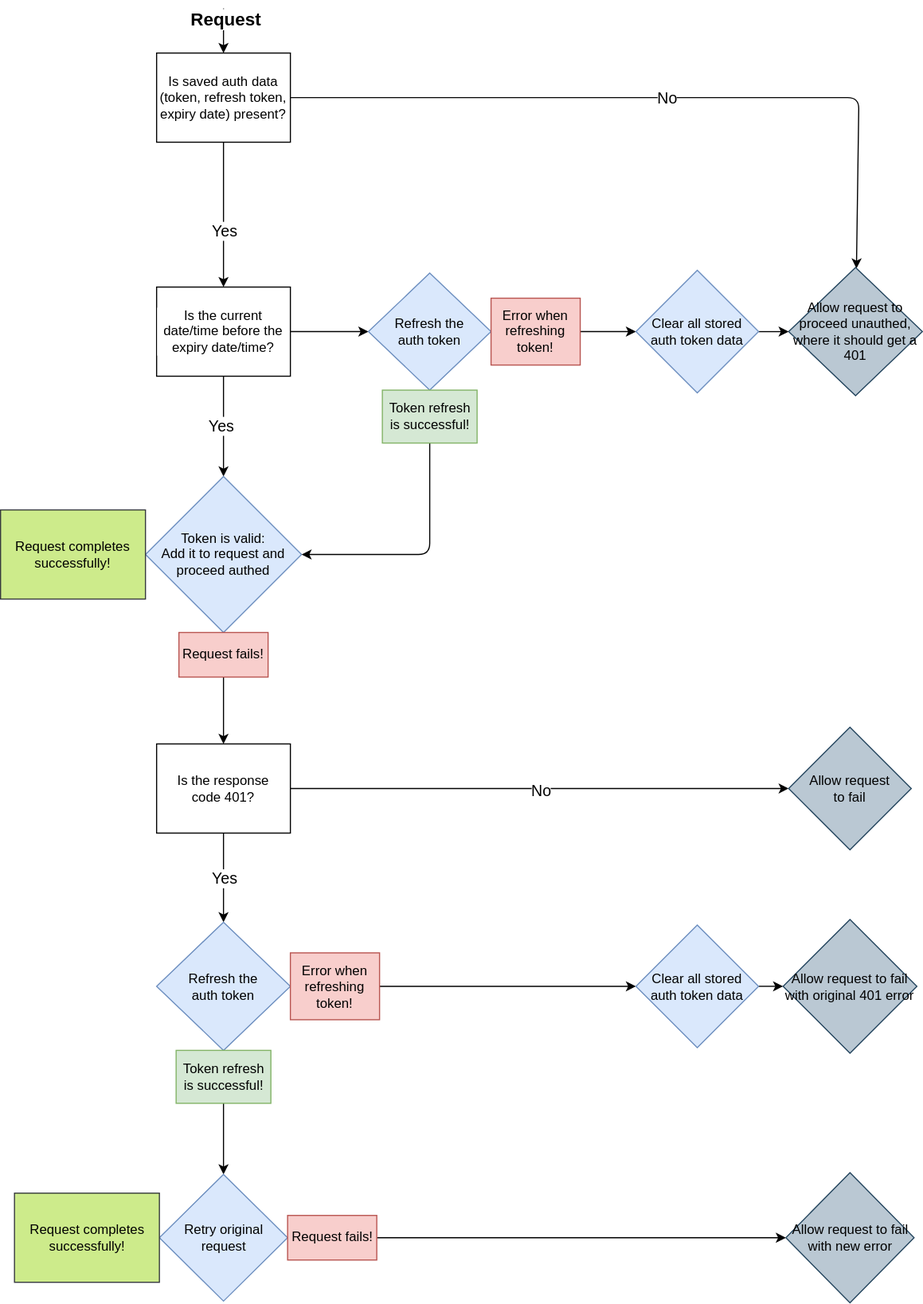
Before: documentation/request_flow.drawio.svg, a diagram exported from draw.io (pcsoftgroup/oauth_interceptor). Source tidied: cells renumbered, new cells last; positions are measured from the earlier drawing's top-left corner, leaving out a move shared by most shapes.
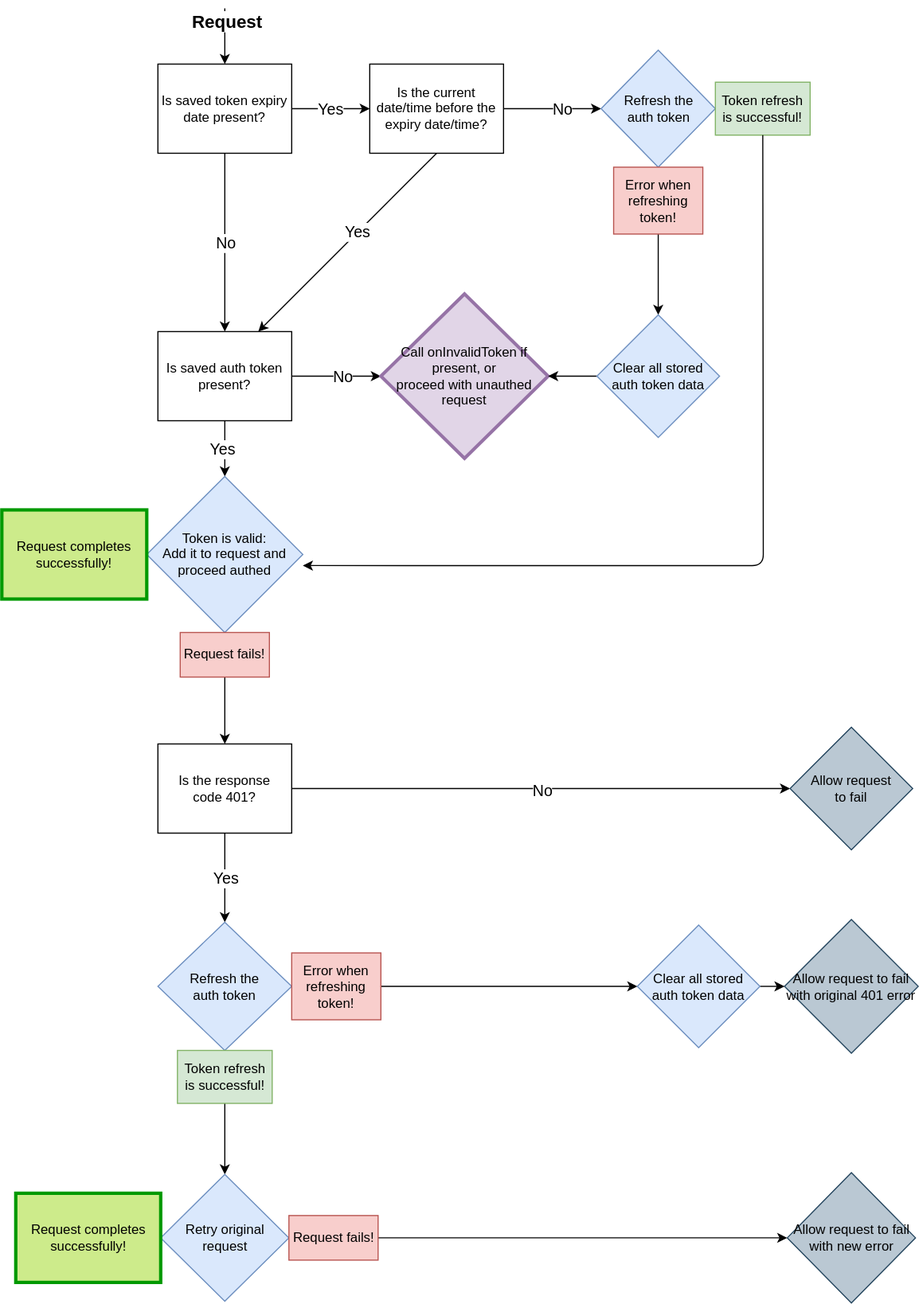
The same diagram one commit later.

Commit message:
Add callback for invalid token state and update diagram

The edit, as a diff of the source:
```diff
@@ -2,20 +2,16 @@
   <root>
     <mxCell id="0" />
     <mxCell id="1" parent="0" />
-    <mxCell id="2" style="edgeStyle=none;html=1;" parent="1" edge="1" source="4" target="16">
-      <mxGeometry relative="1" as="geometry">
-        <Array as="points">
-          <mxPoint x="770" y="80" />
-        </Array>
-      </mxGeometry>
+    <mxCell id="2" style="edgeStyle=none;html=1;entryX=0;entryY=0.5;entryDx=0;entryDy=0;" parent="1" edge="1" source="4" target="16">
+      <mxGeometry relative="1" as="geometry" />
     </mxCell>
-    <mxCell id="3" value="&lt;font style=&quot;font-size: 14px;&quot;&gt;No&lt;/font&gt;" style="edgeLabel;html=1;align=center;verticalAlign=middle;" parent="2" vertex="1">
-      <mxGeometry x="0.02" relative="1" as="geometry" />
-    </mxCell>
+    <mxCell id="52" value="&lt;font style=&quot;font-size: 14px;&quot;&gt;No&lt;/font&gt;" style="edgeLabel;html=1;align=center;verticalAlign=middle;" parent="2" vertex="1">
+      <mxGeometry x="0.12" relative="1" as="geometry" />
+    </mxCell>
-    <mxCell id="4" value="Is saved auth data (token, refresh token, expiry date) present?" style="text;html=1;align=center;verticalAlign=middle;whiteSpace=wrap;rounded=0;strokeColor=default;fillColor=default;" parent="1" vertex="1">
-      <mxGeometry x="140" y="40" width="120" height="80" as="geometry" />
+    <mxCell id="4" value="Is saved auth token present?" style="text;html=1;align=center;verticalAlign=middle;whiteSpace=wrap;rounded=0;strokeColor=default;fillColor=default;" parent="1" vertex="1">
+      <mxGeometry x="140" y="290" width="120" height="80" as="geometry" />
     </mxCell>
-    <mxCell id="5" style="endArrow=classic;html=1;" parent="1" edge="1" target="4">
+    <mxCell id="5" style="endArrow=classic;html=1;entryX=0.5;entryY=0;entryDx=0;entryDy=0;" parent="1" edge="1" target="60">
       <mxGeometry relative="1" as="geometry">
         <mxPoint x="200" as="sourcePoint" />
       </mxGeometry>
@@ -23,23 +19,26 @@
     <mxCell id="6" value="Request" style="edgeLabel;html=1;align=center;verticalAlign=middle;fontStyle=1;fontSize=16;" parent="5" vertex="1">
       <mxGeometry x="-0.55" y="1" relative="1" as="geometry" />
     </mxCell>
-    <mxCell id="7" style="endArrow=classic;html=1;exitX=0.5;exitY=1;exitDx=0;exitDy=0;entryX=0.5;entryY=0;entryDx=0;entryDy=0;" parent="1" edge="1" source="4" target="12">
-      <mxGeometry relative="1" as="geometry" />
-    </mxCell>
-    <mxCell id="8" value="&lt;font style=&quot;font-size: 14px;&quot;&gt;Yes&lt;/font&gt;" style="edgeLabel;html=1;align=center;verticalAlign=middle;" parent="7" vertex="1">
-      <mxGeometry x="0.22" relative="1" as="geometry" />
-    </mxCell>
-    <mxCell id="9" style="edgeStyle=none;html=1;entryX=0.5;entryY=0;entryDx=0;entryDy=0;" parent="1" edge="1" source="12" target="15">
+    <mxCell id="9" style="edgeStyle=none;html=1;entryX=0.5;entryY=0;entryDx=0;entryDy=0;exitX=0.5;exitY=1;exitDx=0;exitDy=0;" parent="1" edge="1" source="4" target="15">
       <mxGeometry relative="1" as="geometry" />
     </mxCell>
     <mxCell id="10" value="&lt;font style=&quot;font-size: 14px;&quot;&gt;Yes&lt;/font&gt;" style="edgeLabel;html=1;align=center;verticalAlign=middle;" parent="9" vertex="1">
       <mxGeometry x="-0.02" y="-3" relative="1" as="geometry" />
     </mxCell>
+    <mxCell id="53" style="edgeStyle=none;html=1;entryX=0.75;entryY=0;entryDx=0;entryDy=0;exitX=0.5;exitY=1;exitDx=0;exitDy=0;" parent="1" edge="1" source="12" target="4">
+      <mxGeometry relative="1" as="geometry" />
+    </mxCell>
+    <mxCell id="54" value="&lt;font style=&quot;font-size: 14px;&quot;&gt;Yes&lt;/font&gt;" style="edgeLabel;html=1;align=center;verticalAlign=middle;" parent="53" vertex="1">
+      <mxGeometry x="-0.12" y="-1" relative="1" as="geometry" />
+    </mxCell>
-    <mxCell id="11" style="edgeStyle=none;html=1;" parent="1" edge="1" source="12" target="19">
+    <mxCell id="11" style="edgeStyle=none;html=1;exitX=1;exitY=0.5;exitDx=0;exitDy=0;entryX=0;entryY=0.5;entryDx=0;entryDy=0;" parent="1" edge="1" source="12" target="19">
       <mxGeometry relative="1" as="geometry" />
     </mxCell>
+    <mxCell id="55" value="&lt;font style=&quot;font-size: 14px;&quot;&gt;No&lt;/font&gt;" style="edgeLabel;html=1;align=center;verticalAlign=middle;" parent="11" vertex="1">
+      <mxGeometry x="0.18" relative="1" as="geometry" />
+    </mxCell>
     <mxCell id="12" value="Is the current date/time before the expiry date/time?" style="text;html=1;align=center;verticalAlign=middle;whiteSpace=wrap;rounded=0;fontFamily=Helvetica;fontSize=12;fontColor=default;labelBackgroundColor=default;strokeColor=default;fillColor=default;" parent="1" vertex="1">
-      <mxGeometry x="140" y="250" width="120" height="80" as="geometry" />
+      <mxGeometry x="330" y="50" width="120" height="80" as="geometry" />
     </mxCell>
     <mxCell id="13" style="edgeStyle=none;html=1;" parent="1" edge="1" source="15" target="26">
       <mxGeometry relative="1" as="geometry" />
@@ -50,41 +49,34 @@
     <mxCell id="15" value="Token is valid:&lt;br&gt;Add it to request and proceed authed" style="rhombus;whiteSpace=wrap;html=1;fillColor=#dae8fc;strokeColor=#6c8ebf;" parent="1" vertex="1">
       <mxGeometry x="130" y="420" width="140" height="140" as="geometry" />
     </mxCell>
-    <mxCell id="16" value="Allow request to proceed unauthed, where it should get a 401" style="rhombus;whiteSpace=wrap;html=1;rounded=0;fillColor=#bac8d3;strokeColor=#23445d;" parent="1" vertex="1">
-      <mxGeometry x="707" y="232.5" width="120" height="115" as="geometry" />
+    <mxCell id="16" value="Call onInvalidToken if present, or&lt;br&gt;proceed with unauthed request" style="rhombus;whiteSpace=wrap;html=1;rounded=0;fillColor=#e1d5e7;strokeColor=#9673a6;strokeWidth=3;" parent="1" vertex="1">
+      <mxGeometry x="340" y="256.2" width="150" height="147.5" as="geometry" />
     </mxCell>
-    <mxCell id="17" style="edgeStyle=none;html=1;" parent="1" edge="1" source="19" target="21">
+    <mxCell id="17" style="edgeStyle=none;html=1;exitX=0.5;exitY=1;exitDx=0;exitDy=0;" parent="1" edge="1" source="19" target="21">
       <mxGeometry relative="1" as="geometry" />
     </mxCell>
-    <mxCell id="18" style="edgeStyle=none;html=1;" parent="1" edge="1" source="19" target="25">
+    <mxCell id="18" style="edgeStyle=none;html=1;entryX=0;entryY=0.5;entryDx=0;entryDy=0;" parent="1" edge="1" source="19" target="25">
       <mxGeometry relative="1" as="geometry" />
     </mxCell>
     <mxCell id="19" value="Refresh the &lt;br&gt;auth token" style="rhombus;whiteSpace=wrap;html=1;rounded=0;labelBackgroundColor=none;fillColor=#dae8fc;strokeColor=#6c8ebf;" parent="1" vertex="1">
-      <mxGeometry x="330" y="237.5" width="110" height="105" as="geometry" />
+      <mxGeometry x="537.5" y="37.5" width="102.5" height="105" as="geometry" />
     </mxCell>
     <mxCell id="20" style="edgeStyle=none;html=1;" parent="1" edge="1" source="21" target="23">
       <mxGeometry relative="1" as="geometry" />
     </mxCell>
     <mxCell id="21" value="Error when &lt;br&gt;refreshing token!" style="whiteSpace=wrap;html=1;rounded=0;labelBackgroundColor=none;fillColor=#f8cecc;strokeColor=#b85450;" parent="1" vertex="1">
-      <mxGeometry x="440" y="260" width="80" height="60" as="geometry" />
+      <mxGeometry x="548.8" y="142.5" width="80" height="60" as="geometry" />
     </mxCell>
-    <mxCell id="22" style="edgeStyle=none;html=1;" parent="1" edge="1" source="23" target="16">
+    <mxCell id="22" style="edgeStyle=none;html=1;entryX=1;entryY=0.5;entryDx=0;entryDy=0;" parent="1" edge="1" source="23" target="16">
       <mxGeometry relative="1" as="geometry" />
     </mxCell>
     <mxCell id="23" value="Clear all stored &lt;br&gt;auth token data" style="rhombus;whiteSpace=wrap;html=1;rounded=0;labelBackgroundColor=none;fillColor=#dae8fc;strokeColor=#6c8ebf;" parent="1" vertex="1">
-      <mxGeometry x="570" y="235" width="110" height="110" as="geometry" />
+      <mxGeometry x="533.8" y="275" width="110" height="110" as="geometry" />
     </mxCell>
-    <mxCell id="24" style="edgeStyle=none;html=1;entryX=1;entryY=0.5;entryDx=0;entryDy=0;" parent="1" edge="1" source="25" target="15">
-      <mxGeometry relative="1" as="geometry">
-        <Array as="points">
-          <mxPoint x="385" y="490" />
-        </Array>
-      </mxGeometry>
-    </mxCell>
     <mxCell id="25" value="Token refresh is successful!" style="whiteSpace=wrap;html=1;rounded=0;labelBackgroundColor=none;fillColor=#d5e8d4;strokeColor=#82b366;" parent="1" vertex="1">
-      <mxGeometry x="342.5" y="342.5" width="85" height="47.5" as="geometry" />
+      <mxGeometry x="640" y="66.2" width="85" height="47.5" as="geometry" />
     </mxCell>
-    <mxCell id="26" value="Request completes successfully!" style="whiteSpace=wrap;html=1;fillColor=#cdeb8b;strokeColor=#36393d;" parent="1" vertex="1">
+    <mxCell id="26" value="Request completes successfully!" style="whiteSpace=wrap;html=1;fillColor=#cdeb8b;strokeColor=#009900;strokeWidth=3;" parent="1" vertex="1">
       <mxGeometry y="450" width="130" height="80" as="geometry" />
     </mxCell>
     <mxCell id="27" style="edgeStyle=none;html=1;" parent="1" edge="1" source="28" target="33">
@@ -149,7 +141,7 @@
     <mxCell id="46" value="Retry original request" style="rhombus;whiteSpace=wrap;html=1;fillColor=#dae8fc;strokeColor=#6c8ebf;rounded=0;labelBackgroundColor=none;" parent="1" vertex="1">
       <mxGeometry x="142.5" y="1046.3" width="115" height="113.8" as="geometry" />
     </mxCell>
-    <mxCell id="47" value="Request completes successfully!" style="whiteSpace=wrap;html=1;fillColor=#cdeb8b;strokeColor=#36393d;" parent="1" vertex="1">
+    <mxCell id="47" value="Request completes successfully!" style="whiteSpace=wrap;html=1;fillColor=#cdeb8b;strokeColor=#009900;strokeWidth=3;" parent="1" vertex="1">
       <mxGeometry x="12.5" y="1063.1" width="130" height="80" as="geometry" />
     </mxCell>
     <mxCell id="48" value="Allow request to fail with new error" style="rhombus;whiteSpace=wrap;html=1;fillColor=#bac8d3;strokeColor=#23445d;rounded=0;labelBackgroundColor=none;" parent="1" vertex="1">
@@ -164,5 +156,29 @@
     <mxCell id="51" value="Request fails!" style="whiteSpace=wrap;html=1;fillColor=#f8cecc;strokeColor=#b85450;" parent="1" vertex="1">
       <mxGeometry x="257.5" y="1083.1" width="80" height="40" as="geometry" />
     </mxCell>
+    <mxCell id="56" style="edgeStyle=none;html=1;entryX=0.5;entryY=0;entryDx=0;entryDy=0;" parent="1" edge="1" source="60" target="4">
+      <mxGeometry relative="1" as="geometry" />
+    </mxCell>
+    <mxCell id="57" value="&lt;font style=&quot;font-size: 14px;&quot;&gt;No&lt;/font&gt;" style="edgeLabel;html=1;align=center;verticalAlign=middle;" parent="56" vertex="1">
+      <mxGeometry relative="1" as="geometry" />
+    </mxCell>
+    <mxCell id="58" style="edgeStyle=none;html=1;exitX=1;exitY=0.5;exitDx=0;exitDy=0;entryX=0;entryY=0.5;entryDx=0;entryDy=0;" parent="1" edge="1" source="60" target="12">
+      <mxGeometry relative="1" as="geometry" />
+    </mxCell>
+    <mxCell id="59" value="&lt;font style=&quot;font-size: 14px;&quot;&gt;Yes&lt;/font&gt;" style="edgeLabel;html=1;align=center;verticalAlign=middle;" parent="58" vertex="1">
+      <mxGeometry x="0.29" relative="1" as="geometry">
+        <mxPoint x="-11" as="offset" />
+      </mxGeometry>
+    </mxCell>
+    <mxCell id="60" value="Is saved token expiry date present?" style="text;html=1;align=center;verticalAlign=middle;whiteSpace=wrap;rounded=0;strokeColor=default;fillColor=default;" parent="1" vertex="1">
+      <mxGeometry x="140" y="50" width="120" height="80" as="geometry" />
+    </mxCell>
+    <mxCell id="24" style="edgeStyle=none;html=1;entryX=1;entryY=0.571;entryDx=0;entryDy=0;entryPerimeter=0;" parent="1" edge="1" source="25" target="15">
+      <mxGeometry relative="1" as="geometry">
+        <Array as="points">
+          <mxPoint x="683" y="500" />
+        </Array>
+      </mxGeometry>
+    </mxCell>
   </root>
 </mxGraphModel>
```
